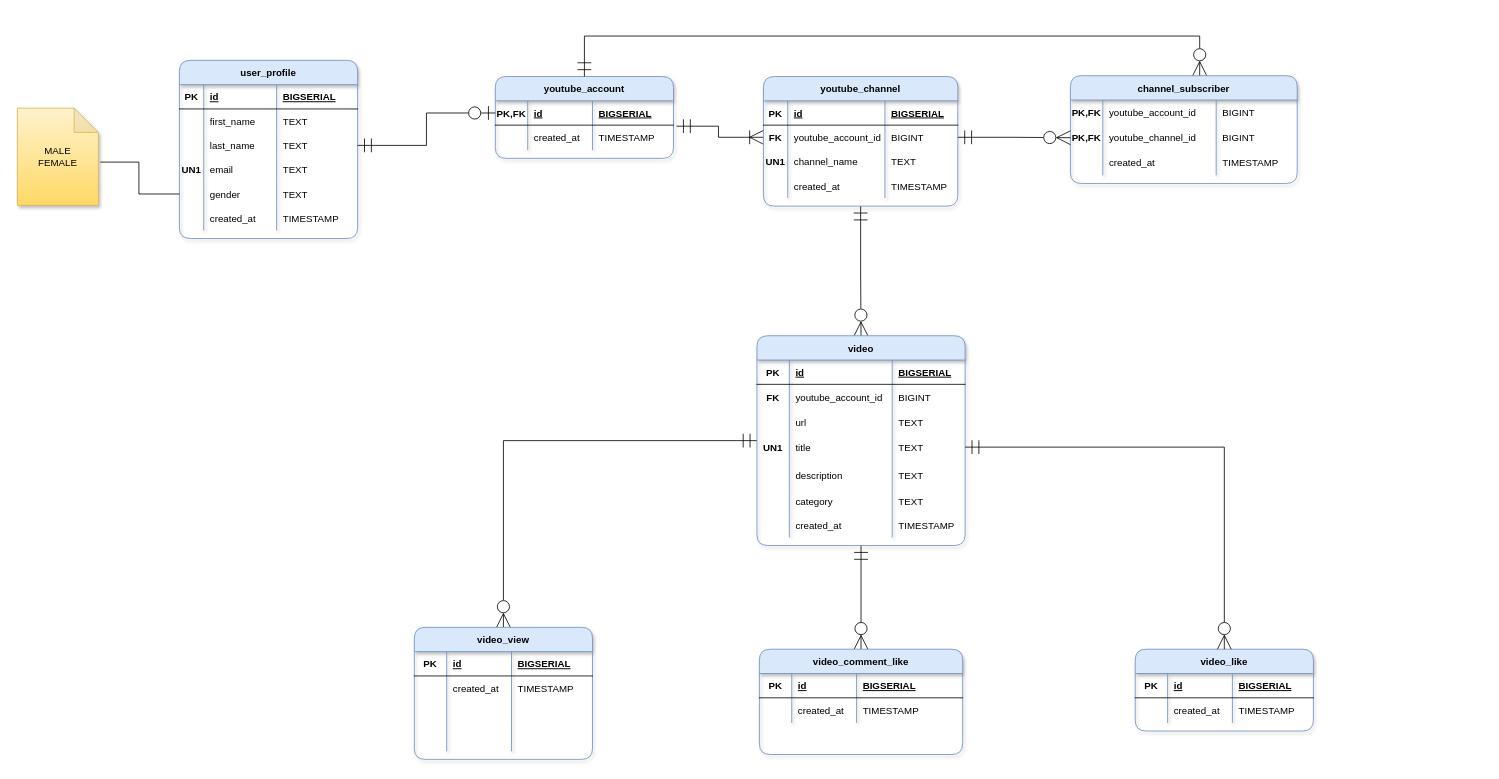
Above: page "ERD" (3 of 3) of ERD/Youtube Database Design.drawio in osman-software-engineer/sql-project-3 (draw.io), before the change. Source tidied: cells renumbered, new cells numbered last; positions are measured from the earlier drawing's top-left corner, leaving out a move shared by most shapes. Both pictures are drawn from the tidied source at 81%, with x=0, y=0 at pixel (17, 36).
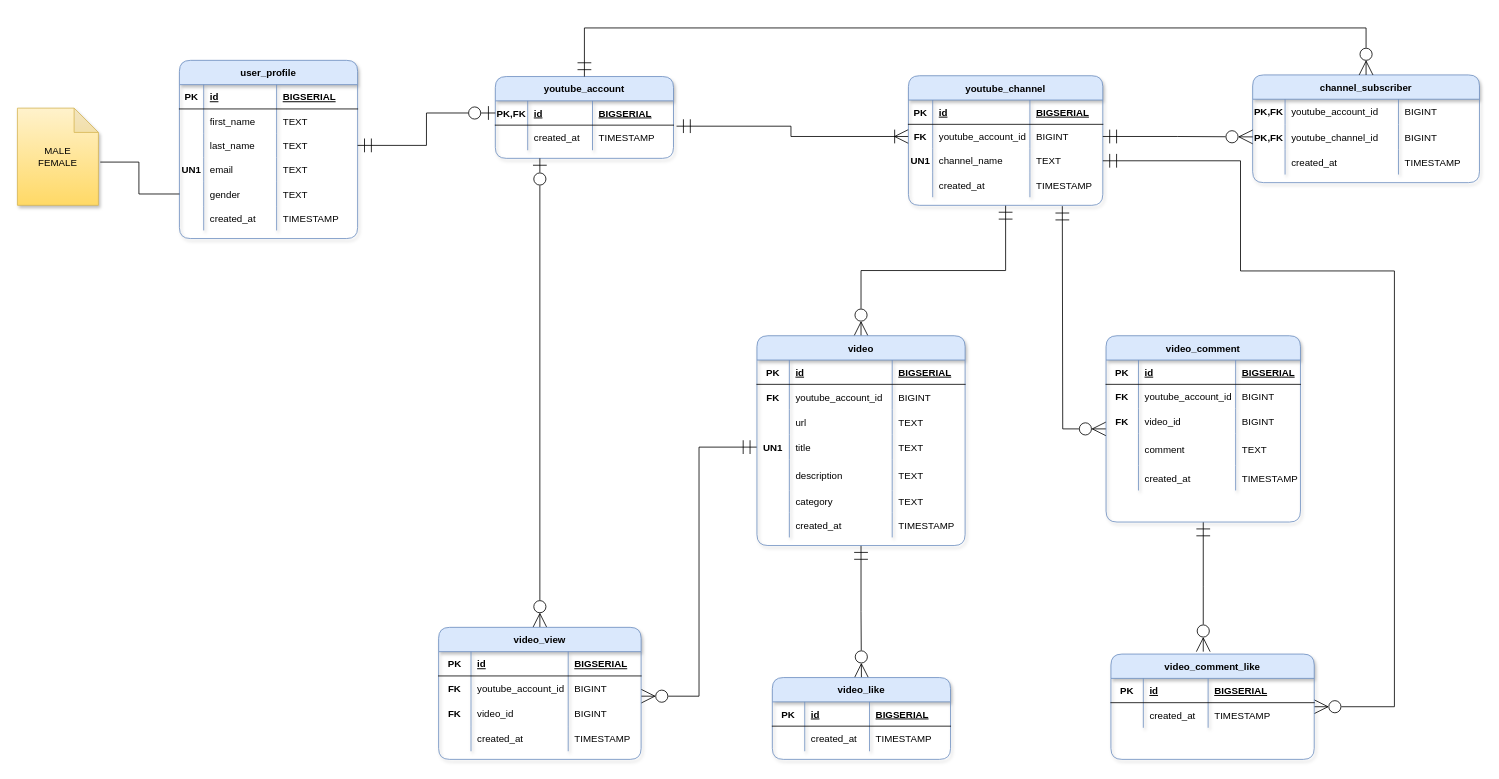
After the change.

The change refers to these unchanged cells:
```xml
<mxCell id="31" value="youtube_account" style="shape=table;startSize=30;childLayout=tableLayout;rowLines=0;fontStyle=1;align=center;rounded=1;swimlaneLine=1;fillColor=#dae8fc;strokeColor=#6c8ebf;shadow=1;sketch=0;" parent="1" vertex="1">
  <mxGeometry x="590" y="50" width="220" height="101" as="geometry" />
</mxCell>
<mxCell id="50" style="shape=tableRow;horizontal=0;startSize=0;swimlaneHead=0;swimlaneBody=0;fillColor=none;points=[[0,0.5],[1,0.5]];portConstraint=eastwest;top=0;left=0;right=0;bottom=0;" parent="41" vertex="1">
  <mxGeometry y="90" width="240" height="30" as="geometry" />
</mxCell>
<mxCell id="76" value="video" style="shape=table;startSize=30;childLayout=tableLayout;rowLines=0;fontStyle=1;align=center;rounded=1;swimlaneLine=1;fillColor=#dae8fc;strokeColor=#6c8ebf;shadow=1;sketch=0;" parent="1" vertex="1">
  <mxGeometry x="913" y="370" width="257" height="259" as="geometry" />
</mxCell>
<mxCell id="89" style="shape=tableRow;horizontal=0;startSize=0;swimlaneHead=0;swimlaneBody=0;fillColor=none;points=[[0,0.5],[1,0.5]];portConstraint=eastwest;top=0;left=0;right=0;bottom=0;" parent="76" vertex="1">
  <mxGeometry y="122" width="257" height="31" as="geometry" />
</mxCell>
```

What changed in the source:
```diff
@@
     <mxCell id="41" value="youtube_channel" style="shape=table;startSize=30;childLayout=tableLayout;rowLines=0;fontStyle=1;align=center;rounded=1;swimlaneLine=1;fillColor=#dae8fc;strokeColor=#6c8ebf;shadow=1;sketch=0;" parent="1" vertex="1">
-      <mxGeometry x="921" y="50" width="240" height="160" as="geometry" />
+      <mxGeometry x="1100" y="49" width="240" height="160" as="geometry" />
     </mxCell>
@@
     <mxCell id="59" value="channel_subscriber" style="shape=table;startSize=30;childLayout=tableLayout;rowLines=0;fontStyle=1;align=center;rounded=1;swimlaneLine=1;fillColor=#dae8fc;strokeColor=#6c8ebf;shadow=1;sketch=0;" parent="1" vertex="1">
-      <mxGeometry x="1300" y="49" width="280" height="133" as="geometry" />
+      <mxGeometry x="1525" y="48" width="280" height="133" as="geometry" />
     </mxCell>
@@
-    <mxCell id="72" style="edgeStyle=orthogonalEdgeStyle;rounded=0;jettySize=auto;html=1;strokeWidth=1;startArrow=ERmandOne;startFill=0;endArrow=ERzeroToMany;endFill=0;endSize=15;startSize=15;entryX=0.57;entryY=-0.003;entryDx=0;entryDy=0;entryPerimeter=0;" parent="1" edge="1" target="59">
+    <mxCell id="72" style="edgeStyle=orthogonalEdgeStyle;rounded=0;jettySize=auto;html=1;strokeWidth=1;startArrow=ERmandOne;startFill=0;endArrow=ERzeroToMany;endFill=0;endSize=15;startSize=15;entryX=0.5;entryY=0;entryDx=0;entryDy=0;" parent="1" edge="1" target="59">
       <mxGeometry relative="1" as="geometry">
         <mxPoint x="700" y="50" as="sourcePoint" />
         <Array as="points">
-          <mxPoint x="700" />
-          <mxPoint x="1460" />
+          <mxPoint x="700" y="-10" />
+          <mxPoint x="1665" y="-10" />
         </Array>
       </mxGeometry>
     </mxCell>
@@
-    <mxCell id="74" style="edgeStyle=orthogonalEdgeStyle;rounded=0;jettySize=auto;html=1;startArrow=ERmandOne;startFill=0;endArrow=ERzeroToMany;endFill=0;startSize=15;endSize=15;" parent="1" edge="1" source="76" target="105">
+    <mxCell id="74" style="edgeStyle=orthogonalEdgeStyle;rounded=0;jettySize=auto;html=1;startArrow=ERmandOne;startFill=0;endArrow=ERzeroToMany;endFill=0;startSize=15;endSize=15;entryX=1;entryY=0.806;entryDx=0;entryDy=0;entryPerimeter=0;exitX=0;exitY=0.5;exitDx=0;exitDy=0;" parent="1" edge="1" source="89" target="110">
       <mxGeometry relative="1" as="geometry" />
     </mxCell>
-    <mxCell id="75" style="edgeStyle=orthogonalEdgeStyle;rounded=0;jettySize=auto;html=1;startArrow=ERmandOne;startFill=0;endArrow=ERzeroToMany;endFill=0;startSize=15;endSize=15;" parent="1" edge="1" source="76" target="131">
-      <mxGeometry relative="1" as="geometry" />
-    </mxCell>
+    <mxCell id="141" style="edgeStyle=orthogonalEdgeStyle;rounded=0;jettySize=auto;html=1;startArrow=ERmandOne;startFill=0;endArrow=ERzeroToMany;endFill=0;startSize=15;endSize=15;" parent="1" edge="1" source="76" target="122">
+      <mxGeometry relative="1" as="geometry" />
+    </mxCell>
@@
+    <mxCell id="142" style="edgeStyle=orthogonalEdgeStyle;rounded=0;jettySize=auto;html=1;entryX=0.25;entryY=1;entryDx=0;entryDy=0;endArrow=ERzeroToOne;endFill=0;startArrow=ERzeroToMany;startFill=0;endSize=15;startSize=15;" parent="1" edge="1" source="105" target="31">
+      <mxGeometry relative="1" as="geometry" />
+    </mxCell>
     <mxCell id="105" value="video_view" style="shape=table;startSize=30;childLayout=tableLayout;rowLines=0;fontStyle=1;align=center;rounded=1;swimlaneLine=1;fillColor=#dae8fc;strokeColor=#6c8ebf;shadow=1;sketch=0;" parent="1" vertex="1">
-      <mxGeometry x="490" y="730" width="220" height="163" as="geometry" />
+      <mxGeometry x="520" y="730" width="250" height="163" as="geometry" />
     </mxCell>
     <mxCell id="106" style="shape=tableRow;horizontal=0;startSize=0;swimlaneHead=0;swimlaneBody=0;fillColor=none;top=0;left=0;right=0;bottom=1;" parent="105" vertex="1">
-      <mxGeometry y="30" width="220" height="30" as="geometry" />
+      <mxGeometry y="30" width="250" height="30" as="geometry" />
     </mxCell>
@@
     <mxCell id="108" value="id" style="shape=partialRectangle;fillColor=none;top=0;left=0;bottom=0;right=0;align=left;spacingLeft=6;fontStyle=5;overflow=hidden;" parent="106" vertex="1">
-      <mxGeometry x="40" width="80" height="30" as="geometry" />
+      <mxGeometry x="40" width="120" height="30" as="geometry" />
     </mxCell>
     <mxCell id="109" value="BIGSERIAL" style="shape=partialRectangle;fillColor=none;top=0;left=0;bottom=0;right=0;align=left;spacingLeft=6;fontStyle=5;overflow=hidden;" parent="106" vertex="1">
-      <mxGeometry x="120" width="100" height="30" as="geometry" />
+      <mxGeometry x="160" width="90" height="30" as="geometry" />
     </mxCell>
     <mxCell id="110" style="shape=tableRow;horizontal=0;startSize=0;swimlaneHead=0;swimlaneBody=0;fillColor=none;points=[[0,0.5],[1,0.5]];portConstraint=eastwest;top=0;left=0;right=0;bottom=0;" parent="105" vertex="1">
-      <mxGeometry y="60" width="220" height="31" as="geometry" />
+      <mxGeometry y="60" width="250" height="31" as="geometry" />
     </mxCell>
-    <mxCell id="111" style="shape=partialRectangle;fillColor=none;top=0;left=0;bottom=0;right=0;overflow=hidden;" parent="110" vertex="1">
+    <mxCell id="111" value="FK" style="shape=partialRectangle;fillColor=none;top=0;left=0;bottom=0;right=0;overflow=hidden;fontStyle=1;" parent="110" vertex="1">
       <mxGeometry width="40" height="31" as="geometry" />
     </mxCell>
-    <mxCell id="112" value="created_at" style="shape=partialRectangle;fillColor=none;top=0;left=0;bottom=0;right=0;align=left;spacingLeft=6;overflow=hidden;" parent="110" vertex="1">
-      <mxGeometry x="40" width="80" height="31" as="geometry" />
+    <mxCell id="112" value="youtube_account_id" style="shape=partialRectangle;fillColor=none;top=0;left=0;bottom=0;right=0;align=left;spacingLeft=6;overflow=hidden;" parent="110" vertex="1">
+      <mxGeometry x="40" width="120" height="31" as="geometry" />
     </mxCell>
-    <mxCell id="113" value="TIMESTAMP" style="shape=partialRectangle;fillColor=none;top=0;left=0;bottom=0;right=0;align=left;spacingLeft=6;overflow=hidden;" parent="110" vertex="1">
-      <mxGeometry x="120" width="100" height="31" as="geometry" />
+    <mxCell id="113" value="BIGINT" style="shape=partialRectangle;fillColor=none;top=0;left=0;bottom=0;right=0;align=left;spacingLeft=6;overflow=hidden;" parent="110" vertex="1">
+      <mxGeometry x="160" width="90" height="31" as="geometry" />
     </mxCell>
     <mxCell id="114" style="shape=tableRow;horizontal=0;startSize=0;swimlaneHead=0;swimlaneBody=0;fillColor=none;top=0;left=0;right=0;bottom=0;" parent="105" vertex="1">
-      <mxGeometry y="91" width="220" height="31" as="geometry" />
+      <mxGeometry y="91" width="250" height="31" as="geometry" />
     </mxCell>
-    <mxCell id="115" style="shape=partialRectangle;fillColor=none;top=0;left=0;bottom=0;right=0;overflow=hidden;" parent="114" vertex="1">
+    <mxCell id="115" value="FK" style="shape=partialRectangle;fillColor=none;top=0;left=0;bottom=0;right=0;overflow=hidden;fontStyle=1;" parent="114" vertex="1">
       <mxGeometry width="40" height="31" as="geometry" />
     </mxCell>
-    <mxCell id="116" style="shape=partialRectangle;fillColor=none;top=0;left=0;bottom=0;right=0;align=left;spacingLeft=6;overflow=hidden;" parent="114" vertex="1">
-      <mxGeometry x="40" width="80" height="31" as="geometry" />
+    <mxCell id="116" value="video_id" style="shape=partialRectangle;fillColor=none;top=0;left=0;bottom=0;right=0;align=left;spacingLeft=6;overflow=hidden;" parent="114" vertex="1">
+      <mxGeometry x="40" width="120" height="31" as="geometry" />
     </mxCell>
-    <mxCell id="117" style="shape=partialRectangle;fillColor=none;top=0;left=0;bottom=0;right=0;align=left;spacingLeft=6;overflow=hidden;" parent="114" vertex="1">
-      <mxGeometry x="120" width="100" height="31" as="geometry" />
+    <mxCell id="117" value="BIGINT" style="shape=partialRectangle;fillColor=none;top=0;left=0;bottom=0;right=0;align=left;spacingLeft=6;overflow=hidden;" parent="114" vertex="1">
+      <mxGeometry x="160" width="90" height="31" as="geometry" />
     </mxCell>
     <mxCell id="118" style="shape=tableRow;horizontal=0;startSize=0;swimlaneHead=0;swimlaneBody=0;fillColor=none;top=0;left=0;right=0;bottom=0;" parent="105" vertex="1">
-      <mxGeometry y="122" width="220" height="31" as="geometry" />
+      <mxGeometry y="122" width="250" height="31" as="geometry" />
     </mxCell>
@@
-    <mxCell id="120" style="shape=partialRectangle;fillColor=none;top=0;left=0;bottom=0;right=0;align=left;spacingLeft=6;overflow=hidden;" parent="118" vertex="1">
-      <mxGeometry x="40" width="80" height="31" as="geometry" />
+    <mxCell id="120" value="created_at" style="shape=partialRectangle;fillColor=none;top=0;left=0;bottom=0;right=0;align=left;spacingLeft=6;overflow=hidden;" parent="118" vertex="1">
+      <mxGeometry x="40" width="120" height="31" as="geometry" />
     </mxCell>
-    <mxCell id="121" style="shape=partialRectangle;fillColor=none;top=0;left=0;bottom=0;right=0;align=left;spacingLeft=6;overflow=hidden;" parent="118" vertex="1">
-      <mxGeometry x="120" width="100" height="31" as="geometry" />
+    <mxCell id="121" value="TIMESTAMP" style="shape=partialRectangle;fillColor=none;top=0;left=0;bottom=0;right=0;align=left;spacingLeft=6;overflow=hidden;" parent="118" vertex="1">
+      <mxGeometry x="160" width="90" height="31" as="geometry" />
     </mxCell>
     <mxCell id="122" value="video_like" style="shape=table;startSize=30;childLayout=tableLayout;rowLines=0;fontStyle=1;align=center;rounded=1;swimlaneLine=1;fillColor=#dae8fc;strokeColor=#6c8ebf;shadow=1;sketch=0;" parent="1" vertex="1">
-      <mxGeometry x="1380" y="757" width="220" height="101" as="geometry" />
+      <mxGeometry x="932" y="792" width="220" height="101" as="geometry" />
     </mxCell>
@@
+    <mxCell id="143" style="edgeStyle=orthogonalEdgeStyle;rounded=0;jettySize=auto;html=1;entryX=1;entryY=0.5;entryDx=0;entryDy=0;startArrow=ERzeroToMany;startFill=0;endArrow=ERmandOne;endFill=0;startSize=15;endSize=15;" parent="1" edge="1" source="131" target="50">
+      <mxGeometry relative="1" as="geometry">
+        <Array as="points">
+          <mxPoint x="1700" y="828" />
+          <mxPoint x="1700" y="290" />
+          <mxPoint x="1510" y="290" />
+          <mxPoint x="1510" y="154" />
+        </Array>
+      </mxGeometry>
+    </mxCell>
     <mxCell id="131" value="video_comment_like" style="shape=table;startSize=30;childLayout=tableLayout;rowLines=0;fontStyle=1;align=center;rounded=1;swimlaneLine=1;fillColor=#dae8fc;strokeColor=#6c8ebf;shadow=1;sketch=0;" parent="1" vertex="1">
-      <mxGeometry x="916" y="757" width="251" height="130" as="geometry" />
+      <mxGeometry x="1350" y="763" width="251" height="130" as="geometry" />
     </mxCell>
@@
-    <mxCell id="140" style="edgeStyle=orthogonalEdgeStyle;rounded=0;jettySize=auto;html=1;startArrow=ERmandOne;startFill=0;endArrow=ERzeroToMany;endFill=0;startSize=15;endSize=15;" parent="1" edge="1" source="89" target="122">
-      <mxGeometry relative="1" as="geometry" />
-    </mxCell>
+    <mxCell id="144" style="edgeStyle=orthogonalEdgeStyle;rounded=0;jettySize=auto;html=1;startArrow=ERzeroToMany;startFill=0;endArrow=ERmandOne;endFill=0;startSize=15;endSize=15;" parent="1" edge="1" source="146">
+      <mxGeometry relative="1" as="geometry">
+        <mxPoint x="1290" y="210" as="targetPoint" />
+      </mxGeometry>
+    </mxCell>
+    <mxCell id="145" style="edgeStyle=orthogonalEdgeStyle;rounded=0;jettySize=auto;html=1;startArrow=ERmandOne;startFill=0;endArrow=ERzeroToMany;endFill=0;startSize=15;endSize=15;" parent="1" edge="1" source="146">
+      <mxGeometry relative="1" as="geometry">
+        <mxPoint x="1464" y="760" as="targetPoint" />
+      </mxGeometry>
+    </mxCell>
+    <mxCell id="146" value="video_comment" style="shape=table;startSize=30;childLayout=tableLayout;rowLines=0;fontStyle=1;align=center;rounded=1;swimlaneLine=1;fillColor=#dae8fc;strokeColor=#6c8ebf;shadow=1;sketch=0;" parent="1" vertex="1">
+      <mxGeometry x="1344" y="370" width="240" height="230" as="geometry" />
+    </mxCell>
+    <mxCell id="147" style="shape=tableRow;horizontal=0;startSize=0;swimlaneHead=0;swimlaneBody=0;fillColor=none;top=0;left=0;right=0;bottom=1;" parent="146" vertex="1">
+      <mxGeometry y="30" width="240" height="30" as="geometry" />
+    </mxCell>
+    <mxCell id="148" value="PK" style="shape=partialRectangle;fillColor=none;top=0;left=0;bottom=0;right=0;fontStyle=1;overflow=hidden;" parent="147" vertex="1">
+      <mxGeometry width="40" height="30" as="geometry" />
+    </mxCell>
+    <mxCell id="149" value="id" style="shape=partialRectangle;fillColor=none;top=0;left=0;bottom=0;right=0;align=left;spacingLeft=6;fontStyle=5;overflow=hidden;" parent="147" vertex="1">
+      <mxGeometry x="40" width="120" height="30" as="geometry" />
+    </mxCell>
+    <mxCell id="150" value="BIGSERIAL" style="shape=partialRectangle;fillColor=none;top=0;left=0;bottom=0;right=0;align=left;spacingLeft=6;fontStyle=5;overflow=hidden;" parent="147" vertex="1">
+      <mxGeometry x="160" width="80" height="30" as="geometry" />
+    </mxCell>
+    <mxCell id="151" style="shape=tableRow;horizontal=0;startSize=0;swimlaneHead=0;swimlaneBody=0;fillColor=none;top=0;left=0;right=0;bottom=0;" parent="146" vertex="1">
+      <mxGeometry y="60" width="240" height="30" as="geometry" />
+    </mxCell>
+    <mxCell id="152" value="FK" style="shape=partialRectangle;fillColor=none;top=0;left=0;bottom=0;right=0;overflow=hidden;fontStyle=1;" parent="151" vertex="1">
+      <mxGeometry width="40" height="30" as="geometry" />
+    </mxCell>
+    <mxCell id="153" value="youtube_account_id" style="shape=partialRectangle;fillColor=none;top=0;left=0;bottom=0;right=0;align=left;spacingLeft=6;overflow=hidden;" parent="151" vertex="1">
+      <mxGeometry x="40" width="120" height="30" as="geometry" />
+    </mxCell>
+    <mxCell id="154" value="BIGINT" style="shape=partialRectangle;fillColor=none;top=0;left=0;bottom=0;right=0;align=left;spacingLeft=6;overflow=hidden;" parent="151" vertex="1">
+      <mxGeometry x="160" width="80" height="30" as="geometry" />
+    </mxCell>
+    <mxCell id="155" style="shape=tableRow;horizontal=0;startSize=0;swimlaneHead=0;swimlaneBody=0;fillColor=none;top=0;left=0;right=0;bottom=0;" parent="146" vertex="1">
+      <mxGeometry y="90" width="240" height="31" as="geometry" />
+    </mxCell>
+    <mxCell id="156" value="FK" style="shape=partialRectangle;fillColor=none;top=0;left=0;bottom=0;right=0;overflow=hidden;fontStyle=1;" parent="155" vertex="1">
+      <mxGeometry width="40" height="31" as="geometry" />
+    </mxCell>
+    <mxCell id="157" value="video_id" style="shape=partialRectangle;fillColor=none;top=0;left=0;bottom=0;right=0;align=left;spacingLeft=6;overflow=hidden;" parent="155" vertex="1">
+      <mxGeometry x="40" width="120" height="31" as="geometry" />
+    </mxCell>
+    <mxCell id="158" value="BIGINT" style="shape=partialRectangle;fillColor=none;top=0;left=0;bottom=0;right=0;align=left;spacingLeft=6;overflow=hidden;" parent="155" vertex="1">
+      <mxGeometry x="160" width="80" height="31" as="geometry" />
+    </mxCell>
+    <mxCell id="159" style="shape=tableRow;horizontal=0;startSize=0;swimlaneHead=0;swimlaneBody=0;fillColor=none;top=0;left=0;right=0;bottom=0;" parent="146" vertex="1">
+      <mxGeometry y="121" width="240" height="39" as="geometry" />
+    </mxCell>
+    <mxCell id="160" style="shape=partialRectangle;fillColor=none;top=0;left=0;bottom=0;right=0;overflow=hidden;" parent="159" vertex="1">
+      <mxGeometry width="40" height="39" as="geometry" />
+    </mxCell>
+    <mxCell id="161" value="comment" style="shape=partialRectangle;fillColor=none;top=0;left=0;bottom=0;right=0;align=left;spacingLeft=6;overflow=hidden;" parent="159" vertex="1">
+      <mxGeometry x="40" width="120" height="39" as="geometry" />
+    </mxCell>
+    <mxCell id="162" value="TEXT" style="shape=partialRectangle;fillColor=none;top=0;left=0;bottom=0;right=0;align=left;spacingLeft=6;overflow=hidden;" parent="159" vertex="1">
+      <mxGeometry x="160" width="80" height="39" as="geometry" />
+    </mxCell>
+    <mxCell id="163" style="shape=tableRow;horizontal=0;startSize=0;swimlaneHead=0;swimlaneBody=0;fillColor=none;top=0;left=0;right=0;bottom=0;" parent="146" vertex="1">
+      <mxGeometry y="160" width="240" height="31" as="geometry" />
+    </mxCell>
+    <mxCell id="164" style="shape=partialRectangle;fillColor=none;top=0;left=0;bottom=0;right=0;overflow=hidden;" parent="163" vertex="1">
+      <mxGeometry width="40" height="31" as="geometry" />
+    </mxCell>
+    <mxCell id="165" value="created_at" style="shape=partialRectangle;fillColor=none;top=0;left=0;bottom=0;right=0;align=left;spacingLeft=6;overflow=hidden;" parent="163" vertex="1">
+      <mxGeometry x="40" width="120" height="31" as="geometry" />
+    </mxCell>
+    <mxCell id="166" value="TIMESTAMP" style="shape=partialRectangle;fillColor=none;top=0;left=0;bottom=0;right=0;align=left;spacingLeft=6;overflow=hidden;" parent="163" vertex="1">
+      <mxGeometry x="160" width="80" height="31" as="geometry" />
+    </mxCell>
```
